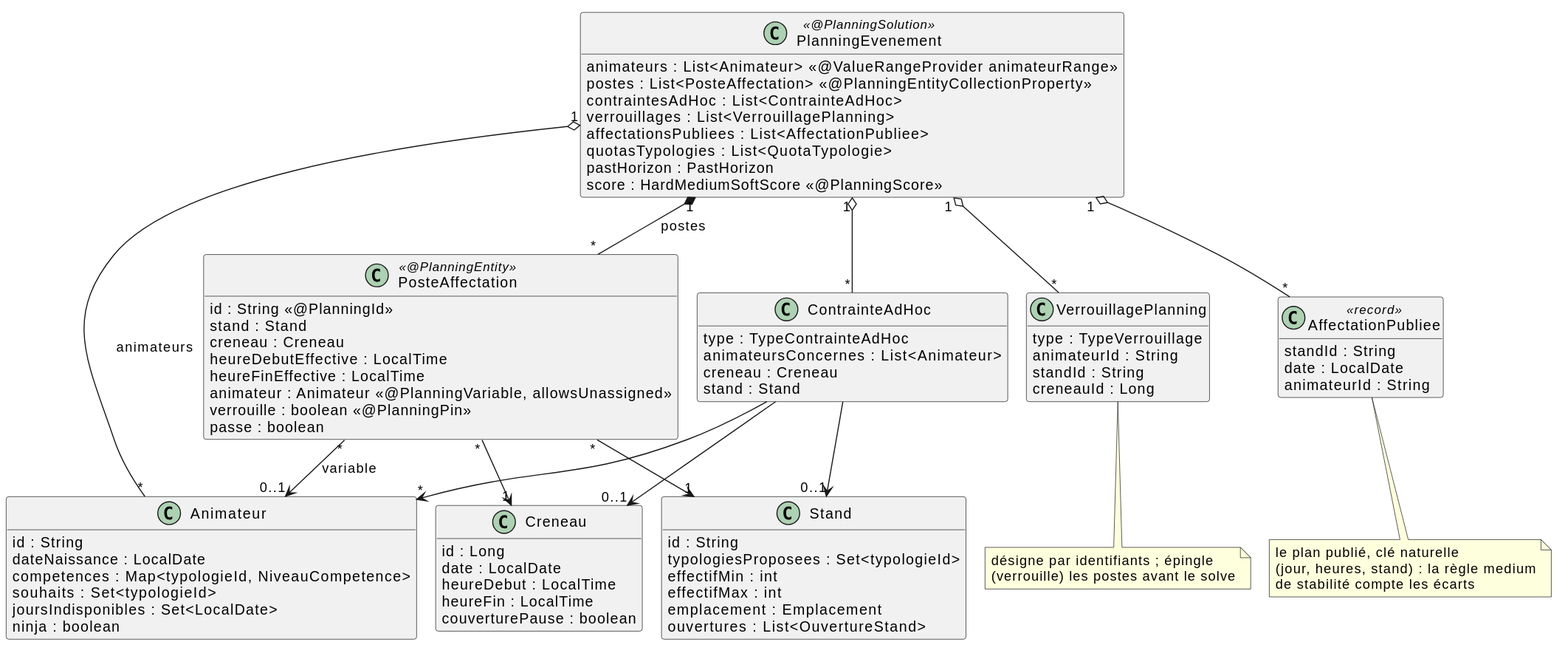
sylvainmetayer/planning-equipes keeps this PlantUML diagram as docs/diagrammes/domaine.svg. Above is the earlier version. Source of this version:
```plantuml
@startuml
!pragma layout smetana
skinparam backgroundColor #FFFFFF
skinparam classAttributeIconSize 0
hide empty methods

class PlanningEvenement <<@PlanningSolution>> {
  animateurs : List<Animateur> <<@ValueRangeProvider animateurRange>>
  postes : List<PosteAffectation> <<@PlanningEntityCollectionProperty>>
  contraintesAdHoc : List<ContrainteAdHoc>
  verrouillages : List<VerrouillagePlanning>
  affectationsPubliees : List<AffectationPubliee>
  quotasTypologies : List<QuotaTypologie>
  pastHorizon : PastHorizon
  score : HardMediumSoftScore <<@PlanningScore>>
}

class PosteAffectation <<@PlanningEntity>> {
  id : String <<@PlanningId>>
  stand : Stand
  creneau : Creneau
  heureDebutEffective : LocalTime
  heureFinEffective : LocalTime
  animateur : Animateur <<@PlanningVariable, allowsUnassigned>>
  verrouille : boolean <<@PlanningPin>>
  passe : boolean
}

class Animateur {
  id : String
  dateNaissance : LocalDate
  competences : Map<typologieId, NiveauCompetence>
  souhaits : Set<typologieId>
  joursIndisponibles : Set<LocalDate>
  ninja : boolean
}

class Stand {
  id : String
  typologiesProposees : Set<typologieId>
  effectifMin : int
  effectifMax : int
  emplacement : Emplacement
  ouvertures : List<OuvertureStand>
}

class Creneau {
  id : Long
  date : LocalDate
  heureDebut : LocalTime
  heureFin : LocalTime
  couverturePause : boolean
}

class ContrainteAdHoc {
  type : TypeContrainteAdHoc
  animateursConcernes : List<Animateur>
  creneau : Creneau
  stand : Stand
}

class VerrouillagePlanning {
  type : TypeVerrouillage
  animateurId : String
  standId : String
  creneauId : Long
}

class AffectationPubliee <<record>> {
  standId : String
  date : LocalDate
  animateurId : String
}

PlanningEvenement "1" *-- "*" PosteAffectation : postes
PlanningEvenement "1" o-- "*" Animateur : animateurs
PlanningEvenement "1" o-- "*" ContrainteAdHoc
PlanningEvenement "1" o-- "*" VerrouillagePlanning
PlanningEvenement "1" o-- "*" AffectationPubliee
PosteAffectation "*" --> "1" Stand
PosteAffectation "*" --> "1" Creneau
PosteAffectation "*" --> "0..1" Animateur : variable
ContrainteAdHoc --> "*" Animateur
ContrainteAdHoc --> "0..1" Creneau
ContrainteAdHoc --> "0..1" Stand

note bottom of VerrouillagePlanning
  désigne par identifiants ; épingle
  (verrouille) les postes avant le solve
end note
note bottom of AffectationPubliee
  le plan publié, clé naturelle
  (jour, heures, stand) : la règle medium
  de stabilité compte les écarts
end note
@enduml
```
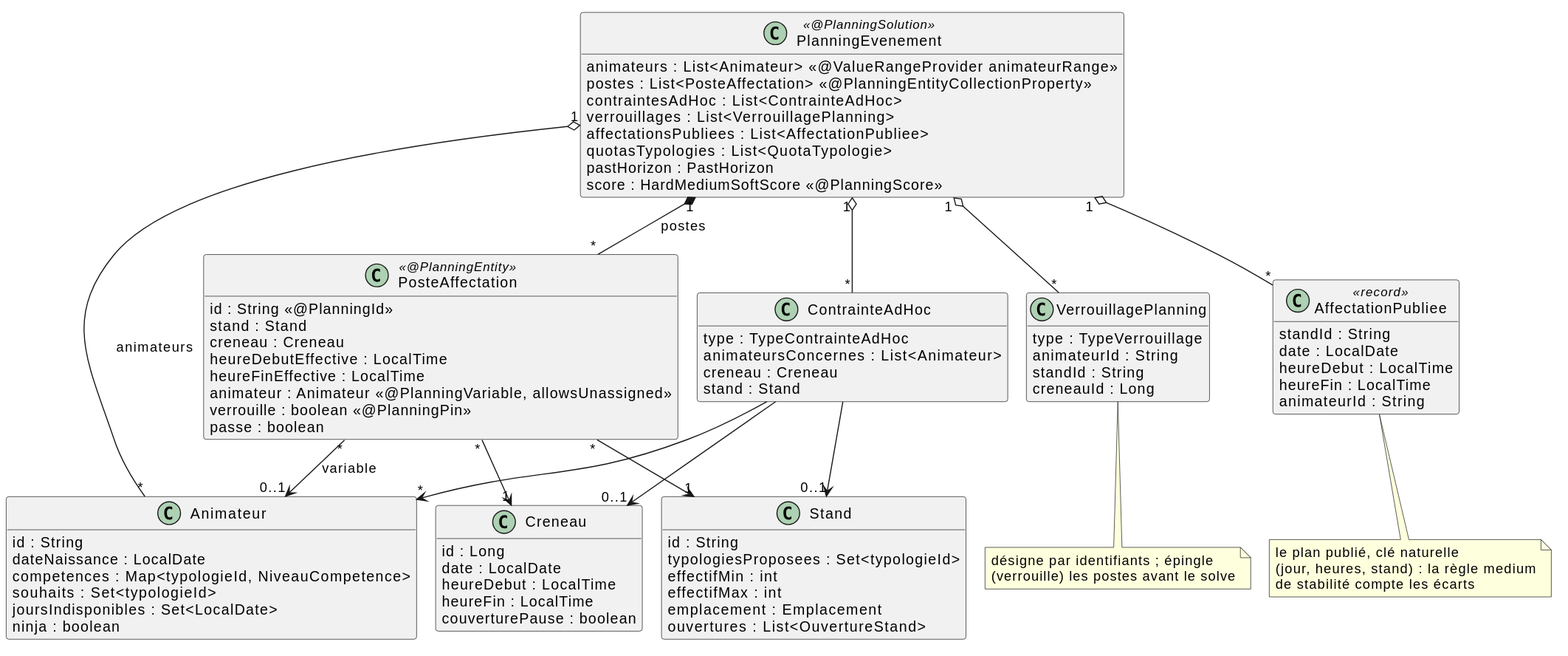
Later version of the same file.

Commit message:
test(diagrammes): des contrôles qui ne laissent plus passer de dérive

The edit, as a diff of the source:
```diff
@@ -69,6 +69,8 @@
 class AffectationPubliee <<record>> {
   standId : String
   date : LocalDate
+  heureDebut : LocalTime
+  heureFin : LocalTime
   animateurId : String
 }
 
```
